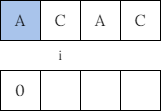
The draw.io diagram src/img/Vetor/Vetor1.png in G3mha/KMP-algorithm, before a commit. Source tidied: cells renumbered, new cells last; positions are measured from the earlier drawing's top-left corner, leaving out a move shared by most shapes. Source of this version:
```xml
<mxGraphModel>
  <root>
    <mxCell id="0" />
    <mxCell id="1" parent="0" />
    <mxCell id="2" value="&lt;font size=&quot;3&quot; face=&quot;Lora&quot;&gt;C&lt;/font&gt;" style="rounded=0;whiteSpace=wrap;html=1;fillColor=#FFFFFF;" parent="1" vertex="1">
      <mxGeometry x="120" width="40" height="40" as="geometry" />
    </mxCell>
    <mxCell id="3" value="&lt;font size=&quot;3&quot; face=&quot;Lora&quot;&gt;A&lt;/font&gt;" style="rounded=0;whiteSpace=wrap;html=1;fillColor=#A9C4EB;" parent="1" vertex="1">
      <mxGeometry width="40" height="40" as="geometry" />
    </mxCell>
    <mxCell id="4" value="&lt;font size=&quot;3&quot; face=&quot;Lora&quot;&gt;C&lt;/font&gt;" style="rounded=0;whiteSpace=wrap;html=1;fillColor=#FFFFFF;" parent="1" vertex="1">
      <mxGeometry x="40" width="40" height="40" as="geometry" />
    </mxCell>
    <mxCell id="5" value="&lt;font size=&quot;3&quot; face=&quot;Lora&quot;&gt;A&lt;/font&gt;" style="rounded=0;whiteSpace=wrap;html=1;fillColor=#FFFFFF;" parent="1" vertex="1">
      <mxGeometry x="80" width="40" height="40" as="geometry" />
    </mxCell>
    <mxCell id="6" style="rounded=0;whiteSpace=wrap;html=1;fillColor=#FFFFFF;" parent="1" vertex="1">
      <mxGeometry x="120" y="70" width="40" height="40" as="geometry" />
    </mxCell>
    <mxCell id="7" value="&lt;font size=&quot;3&quot; face=&quot;Lora&quot;&gt;0&lt;/font&gt;" style="rounded=0;whiteSpace=wrap;html=1;fillColor=#FFFFFF;" parent="1" vertex="1">
      <mxGeometry y="70" width="40" height="40" as="geometry" />
    </mxCell>
    <mxCell id="8" style="rounded=0;whiteSpace=wrap;html=1;fillColor=#FFFFFF;" parent="1" vertex="1">
      <mxGeometry x="40" y="70" width="40" height="40" as="geometry" />
    </mxCell>
    <mxCell id="9" style="rounded=0;whiteSpace=wrap;html=1;fillColor=#FFFFFF;" parent="1" vertex="1">
      <mxGeometry x="80" y="70" width="40" height="40" as="geometry" />
    </mxCell>
    <mxCell id="10" value="i" style="text;html=1;strokeColor=none;fillColor=none;align=center;verticalAlign=middle;whiteSpace=wrap;rounded=0;fontSize=13;fontFamily=Lora;fontSource=https%3A%2F%2Ffonts.googleapis.com%2Fcss%3Ffamily%3DLora;" parent="1" vertex="1">
      <mxGeometry x="40" y="30" width="40" height="50" as="geometry" />
    </mxCell>
  </root>
</mxGraphModel>
```
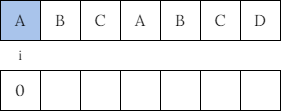
Above is the later version.

Diff of the diagram source:
```diff
@@ -2,32 +2,50 @@
   <root>
     <mxCell id="0" />
     <mxCell id="1" parent="0" />
-    <mxCell id="2" value="&lt;font size=&quot;3&quot; face=&quot;Lora&quot;&gt;C&lt;/font&gt;" style="rounded=0;whiteSpace=wrap;html=1;fillColor=#FFFFFF;" parent="1" vertex="1">
-      <mxGeometry x="120" width="40" height="40" as="geometry" />
-    </mxCell>
+    <mxCell id="5" value="&lt;font size=&quot;3&quot; face=&quot;Lora&quot;&gt;A&lt;/font&gt;" style="rounded=0;whiteSpace=wrap;html=1;fillColor=#FFFFFF;" parent="1" vertex="1">
+      <mxGeometry x="90" width="40" height="40" as="geometry" />
+    </mxCell>
     <mxCell id="3" value="&lt;font size=&quot;3&quot; face=&quot;Lora&quot;&gt;A&lt;/font&gt;" style="rounded=0;whiteSpace=wrap;html=1;fillColor=#A9C4EB;" parent="1" vertex="1">
-      <mxGeometry width="40" height="40" as="geometry" />
+      <mxGeometry x="-30" width="40" height="40" as="geometry" />
     </mxCell>
-    <mxCell id="4" value="&lt;font size=&quot;3&quot; face=&quot;Lora&quot;&gt;C&lt;/font&gt;" style="rounded=0;whiteSpace=wrap;html=1;fillColor=#FFFFFF;" parent="1" vertex="1">
-      <mxGeometry x="40" width="40" height="40" as="geometry" />
-    </mxCell>
-    <mxCell id="5" value="&lt;font size=&quot;3&quot; face=&quot;Lora&quot;&gt;A&lt;/font&gt;" style="rounded=0;whiteSpace=wrap;html=1;fillColor=#FFFFFF;" parent="1" vertex="1">
-      <mxGeometry x="80" width="40" height="40" as="geometry" />
-    </mxCell>
-    <mxCell id="6" style="rounded=0;whiteSpace=wrap;html=1;fillColor=#FFFFFF;" parent="1" vertex="1">
-      <mxGeometry x="120" y="70" width="40" height="40" as="geometry" />
-    </mxCell>
+    <mxCell id="11" value="&lt;font size=&quot;3&quot; face=&quot;Lora&quot;&gt;B&lt;/font&gt;" style="rounded=0;whiteSpace=wrap;html=1;fillColor=#FFFFFF;" parent="1" vertex="1">
+      <mxGeometry x="10" width="40" height="40" as="geometry" />
+    </mxCell>
+    <mxCell id="12" value="&lt;font size=&quot;3&quot; face=&quot;Lora&quot;&gt;C&lt;/font&gt;" style="rounded=0;whiteSpace=wrap;html=1;fillColor=#FFFFFF;" parent="1" vertex="1">
+      <mxGeometry x="50" width="40" height="40" as="geometry" />
+    </mxCell>
+    <mxCell id="13" style="rounded=0;whiteSpace=wrap;html=1;fillColor=#FFFFFF;" parent="1" vertex="1">
+      <mxGeometry x="90" y="70" width="40" height="40" as="geometry" />
+    </mxCell>
     <mxCell id="7" value="&lt;font size=&quot;3&quot; face=&quot;Lora&quot;&gt;0&lt;/font&gt;" style="rounded=0;whiteSpace=wrap;html=1;fillColor=#FFFFFF;" parent="1" vertex="1">
-      <mxGeometry y="70" width="40" height="40" as="geometry" />
+      <mxGeometry x="-30" y="70" width="40" height="40" as="geometry" />
     </mxCell>
-    <mxCell id="8" style="rounded=0;whiteSpace=wrap;html=1;fillColor=#FFFFFF;" parent="1" vertex="1">
-      <mxGeometry x="40" y="70" width="40" height="40" as="geometry" />
-    </mxCell>
-    <mxCell id="9" style="rounded=0;whiteSpace=wrap;html=1;fillColor=#FFFFFF;" parent="1" vertex="1">
-      <mxGeometry x="80" y="70" width="40" height="40" as="geometry" />
-    </mxCell>
+    <mxCell id="14" style="rounded=0;whiteSpace=wrap;html=1;fillColor=#FFFFFF;" parent="1" vertex="1">
+      <mxGeometry x="10" y="70" width="40" height="40" as="geometry" />
+    </mxCell>
+    <mxCell id="15" style="rounded=0;whiteSpace=wrap;html=1;fillColor=#FFFFFF;" parent="1" vertex="1">
+      <mxGeometry x="50" y="70" width="40" height="40" as="geometry" />
+    </mxCell>
     <mxCell id="10" value="i" style="text;html=1;strokeColor=none;fillColor=none;align=center;verticalAlign=middle;whiteSpace=wrap;rounded=0;fontSize=13;fontFamily=Lora;fontSource=https%3A%2F%2Ffonts.googleapis.com%2Fcss%3Ffamily%3DLora;" parent="1" vertex="1">
-      <mxGeometry x="40" y="30" width="40" height="50" as="geometry" />
+      <mxGeometry x="-30" y="30" width="40" height="50" as="geometry" />
     </mxCell>
+    <mxCell id="16" value="&lt;font size=&quot;3&quot; face=&quot;Lora&quot;&gt;D&lt;/font&gt;" style="rounded=0;whiteSpace=wrap;html=1;fillColor=#FFFFFF;" parent="1" vertex="1">
+      <mxGeometry x="210" width="40" height="40" as="geometry" />
+    </mxCell>
+    <mxCell id="17" value="&lt;font size=&quot;3&quot; face=&quot;Lora&quot;&gt;B&lt;/font&gt;" style="rounded=0;whiteSpace=wrap;html=1;fillColor=#FFFFFF;" parent="1" vertex="1">
+      <mxGeometry x="130" width="40" height="40" as="geometry" />
+    </mxCell>
+    <mxCell id="18" value="&lt;font size=&quot;3&quot; face=&quot;Lora&quot;&gt;C&lt;/font&gt;" style="rounded=0;whiteSpace=wrap;html=1;fillColor=#FFFFFF;" parent="1" vertex="1">
+      <mxGeometry x="170" width="40" height="40" as="geometry" />
+    </mxCell>
+    <mxCell id="19" style="rounded=0;whiteSpace=wrap;html=1;fillColor=#FFFFFF;" parent="1" vertex="1">
+      <mxGeometry x="210" y="70" width="40" height="40" as="geometry" />
+    </mxCell>
+    <mxCell id="20" style="rounded=0;whiteSpace=wrap;html=1;fillColor=#FFFFFF;" parent="1" vertex="1">
+      <mxGeometry x="130" y="70" width="40" height="40" as="geometry" />
+    </mxCell>
+    <mxCell id="21" style="rounded=0;whiteSpace=wrap;html=1;fillColor=#FFFFFF;" parent="1" vertex="1">
+      <mxGeometry x="170" y="70" width="40" height="40" as="geometry" />
+    </mxCell>
   </root>
 </mxGraphModel>
```
